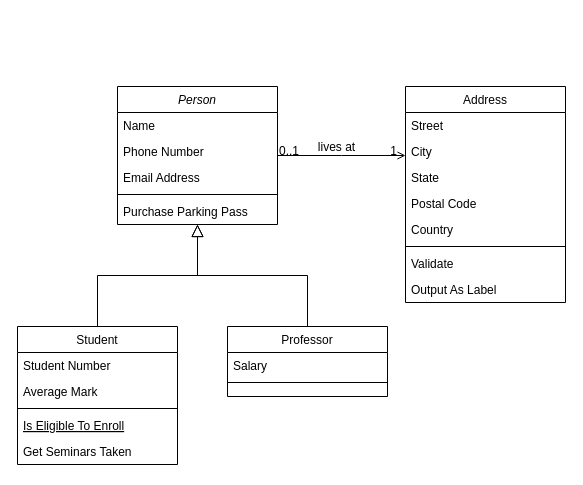
AnThanhUet/space-plane-shooting-game keeps this draw.io diagram as Untitled Diagram.drawio. Above is the earlier version. Source tidied: cells renumbered, new cells numbered last; positions are measured from the earlier drawing's top-left corner, leaving out a move shared by most shapes. Both pictures are drawn from the tidied source at 100%, with x=0, y=0 at pixel (17, 86).
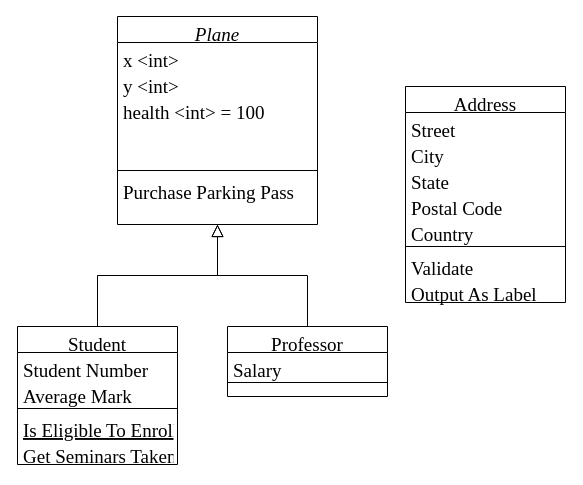
The same diagram, later.

What changed in the source:
```diff
@@
-    <mxCell id="2" value="Person" style="swimlane;fontStyle=2;align=center;verticalAlign=top;horizontal=1;startSize=26;rounded=0;shadow=0;strokeWidth=1;" parent="1" vertex="1">
-      <mxGeometry x="100" width="160" height="138" as="geometry" />
+    <mxCell id="2" value="Plane" style="swimlane;fontStyle=2;align=center;verticalAlign=top;horizontal=1;startSize=26;rounded=0;shadow=0;strokeWidth=1;fontFamily=Times New Roman;fontSize=19;" parent="1" vertex="1">
+      <mxGeometry x="100" y="-70" width="200" height="208" as="geometry" />
     </mxCell>
-    <mxCell id="3" value="Name" style="text;align=left;verticalAlign=top;spacingLeft=4;spacingRight=4;overflow=hidden;" parent="2" vertex="1">
-      <mxGeometry y="26" width="160" height="26" as="geometry" />
+    <mxCell id="3" value="x &lt;int&gt;" style="text;align=left;verticalAlign=top;spacingLeft=4;spacingRight=4;overflow=hidden;fontFamily=Times New Roman;fontSize=19;" parent="2" vertex="1">
+      <mxGeometry y="26" width="200" height="26" as="geometry" />
     </mxCell>
-    <mxCell id="4" value="Phone Number" style="text;align=left;verticalAlign=top;spacingLeft=4;spacingRight=4;overflow=hidden;rounded=0;shadow=0;html=0;" parent="2" vertex="1">
-      <mxGeometry y="52" width="160" height="26" as="geometry" />
+    <mxCell id="4" value="y &lt;int&gt;" style="text;align=left;verticalAlign=top;spacingLeft=4;spacingRight=4;overflow=hidden;rounded=0;shadow=0;html=0;fontFamily=Times New Roman;fontSize=19;" parent="2" vertex="1">
+      <mxGeometry y="52" width="200" height="26" as="geometry" />
     </mxCell>
-    <mxCell id="5" value="Email Address" style="text;align=left;verticalAlign=top;spacingLeft=4;spacingRight=4;overflow=hidden;rounded=0;shadow=0;html=0;" parent="2" vertex="1">
-      <mxGeometry y="78" width="160" height="26" as="geometry" />
+    <mxCell id="5" value="health &lt;int&gt; = 100&#10;" style="text;align=left;verticalAlign=top;spacingLeft=4;spacingRight=4;overflow=hidden;rounded=0;shadow=0;html=0;fontFamily=Times New Roman;fontSize=19;" parent="2" vertex="1">
+      <mxGeometry y="78" width="200" height="72" as="geometry" />
     </mxCell>
-    <mxCell id="6" style="line;html=1;strokeWidth=1;align=left;verticalAlign=middle;spacingTop=-1;spacingLeft=3;spacingRight=3;labelPosition=right;" parent="2" vertex="1">
-      <mxGeometry y="104" width="160" height="8" as="geometry" />
+    <mxCell id="6" style="line;html=1;strokeWidth=1;align=left;verticalAlign=middle;spacingTop=-1;spacingLeft=3;spacingRight=3;labelPosition=right;fontFamily=Times New Roman;fontSize=19;" parent="2" vertex="1">
+      <mxGeometry y="150" width="200" height="8" as="geometry" />
     </mxCell>
-    <mxCell id="7" value="Purchase Parking Pass" style="text;align=left;verticalAlign=top;spacingLeft=4;spacingRight=4;overflow=hidden;" parent="2" vertex="1">
-      <mxGeometry y="112" width="160" height="26" as="geometry" />
+    <mxCell id="7" value="Purchase Parking Pass" style="text;align=left;verticalAlign=top;spacingLeft=4;spacingRight=4;overflow=hidden;fontFamily=Times New Roman;fontSize=19;" parent="2" vertex="1">
+      <mxGeometry y="158" width="200" height="26" as="geometry" />
     </mxCell>
-    <mxCell id="8" value="Student" style="swimlane;fontStyle=0;align=center;verticalAlign=top;horizontal=1;startSize=26;rounded=0;shadow=0;strokeWidth=1;" parent="1" vertex="1">
+    <mxCell id="8" value="Student" style="swimlane;fontStyle=0;align=center;verticalAlign=top;horizontal=1;startSize=26;rounded=0;shadow=0;strokeWidth=1;fontFamily=Times New Roman;fontSize=19;" parent="1" vertex="1">
       <mxGeometry y="240" width="160" height="138" as="geometry" />
     </mxCell>
-    <mxCell id="9" value="Student Number" style="text;align=left;verticalAlign=top;spacingLeft=4;spacingRight=4;overflow=hidden;" parent="8" vertex="1">
+    <mxCell id="9" value="Student Number" style="text;align=left;verticalAlign=top;spacingLeft=4;spacingRight=4;overflow=hidden;fontFamily=Times New Roman;fontSize=19;" parent="8" vertex="1">
       <mxGeometry y="26" width="160" height="26" as="geometry" />
     </mxCell>
-    <mxCell id="10" value="Average Mark" style="text;align=left;verticalAlign=top;spacingLeft=4;spacingRight=4;overflow=hidden;rounded=0;shadow=0;html=0;" parent="8" vertex="1">
+    <mxCell id="10" value="Average Mark" style="text;align=left;verticalAlign=top;spacingLeft=4;spacingRight=4;overflow=hidden;rounded=0;shadow=0;html=0;fontFamily=Times New Roman;fontSize=19;" parent="8" vertex="1">
       <mxGeometry y="52" width="160" height="26" as="geometry" />
     </mxCell>
-    <mxCell id="11" style="line;html=1;strokeWidth=1;align=left;verticalAlign=middle;spacingTop=-1;spacingLeft=3;spacingRight=3;labelPosition=right;" parent="8" vertex="1">
+    <mxCell id="11" style="line;html=1;strokeWidth=1;align=left;verticalAlign=middle;spacingTop=-1;spacingLeft=3;spacingRight=3;labelPosition=right;fontFamily=Times New Roman;fontSize=19;" parent="8" vertex="1">
       <mxGeometry y="78" width="160" height="8" as="geometry" />
     </mxCell>
-    <mxCell id="12" value="Is Eligible To Enroll" style="text;align=left;verticalAlign=top;spacingLeft=4;spacingRight=4;overflow=hidden;fontStyle=4;" parent="8" vertex="1">
+    <mxCell id="12" value="Is Eligible To Enroll" style="text;align=left;verticalAlign=top;spacingLeft=4;spacingRight=4;overflow=hidden;fontStyle=4;fontFamily=Times New Roman;fontSize=19;" parent="8" vertex="1">
       <mxGeometry y="86" width="160" height="26" as="geometry" />
     </mxCell>
-    <mxCell id="13" value="Get Seminars Taken" style="text;align=left;verticalAlign=top;spacingLeft=4;spacingRight=4;overflow=hidden;" parent="8" vertex="1">
+    <mxCell id="13" value="Get Seminars Taken" style="text;align=left;verticalAlign=top;spacingLeft=4;spacingRight=4;overflow=hidden;fontFamily=Times New Roman;fontSize=19;" parent="8" vertex="1">
       <mxGeometry y="112" width="160" height="26" as="geometry" />
     </mxCell>
-    <mxCell id="14" style="endArrow=block;endSize=10;endFill=0;shadow=0;strokeWidth=1;rounded=0;edgeStyle=elbowEdgeStyle;elbow=vertical;" parent="1" edge="1" source="8" target="2">
+    <mxCell id="14" style="endArrow=block;endSize=10;endFill=0;shadow=0;strokeWidth=1;rounded=0;edgeStyle=elbowEdgeStyle;elbow=vertical;fontFamily=Times New Roman;fontSize=19;" parent="1" edge="1" source="8" target="2">
       <mxGeometry relative="1" as="geometry" />
     </mxCell>
-    <mxCell id="15" value="Professor" style="swimlane;fontStyle=0;align=center;verticalAlign=top;horizontal=1;startSize=26;rounded=0;shadow=0;strokeWidth=1;" parent="1" vertex="1">
+    <mxCell id="15" value="Professor" style="swimlane;fontStyle=0;align=center;verticalAlign=top;horizontal=1;startSize=26;rounded=0;shadow=0;strokeWidth=1;fontFamily=Times New Roman;fontSize=19;" parent="1" vertex="1">
       <mxGeometry x="210" y="240" width="160" height="70" as="geometry" />
     </mxCell>
-    <mxCell id="16" value="Salary" style="text;align=left;verticalAlign=top;spacingLeft=4;spacingRight=4;overflow=hidden;" parent="15" vertex="1">
+    <mxCell id="16" value="Salary" style="text;align=left;verticalAlign=top;spacingLeft=4;spacingRight=4;overflow=hidden;fontFamily=Times New Roman;fontSize=19;" parent="15" vertex="1">
       <mxGeometry y="26" width="160" height="26" as="geometry" />
     </mxCell>
-    <mxCell id="17" style="line;html=1;strokeWidth=1;align=left;verticalAlign=middle;spacingTop=-1;spacingLeft=3;spacingRight=3;labelPosition=right;" parent="15" vertex="1">
+    <mxCell id="17" style="line;html=1;strokeWidth=1;align=left;verticalAlign=middle;spacingTop=-1;spacingLeft=3;spacingRight=3;labelPosition=right;fontFamily=Times New Roman;fontSize=19;" parent="15" vertex="1">
       <mxGeometry y="52" width="160" height="8" as="geometry" />
     </mxCell>
-    <mxCell id="18" style="endArrow=block;endSize=10;endFill=0;shadow=0;strokeWidth=1;rounded=0;edgeStyle=elbowEdgeStyle;elbow=vertical;" parent="1" edge="1" source="15" target="2">
+    <mxCell id="18" style="endArrow=block;endSize=10;endFill=0;shadow=0;strokeWidth=1;rounded=0;edgeStyle=elbowEdgeStyle;elbow=vertical;fontFamily=Times New Roman;fontSize=19;" parent="1" edge="1" source="15" target="2">
       <mxGeometry relative="1" as="geometry" />
     </mxCell>
-    <mxCell id="19" value="Address" style="swimlane;fontStyle=0;align=center;verticalAlign=top;horizontal=1;startSize=26;rounded=0;shadow=0;strokeWidth=1;" parent="1" vertex="1">
+    <mxCell id="19" value="Address" style="swimlane;fontStyle=0;align=center;verticalAlign=top;horizontal=1;startSize=26;rounded=0;shadow=0;strokeWidth=1;fontFamily=Times New Roman;fontSize=19;" parent="1" vertex="1">
       <mxGeometry x="388" width="160" height="216" as="geometry" />
     </mxCell>
-    <mxCell id="20" value="Street" style="text;align=left;verticalAlign=top;spacingLeft=4;spacingRight=4;overflow=hidden;" parent="19" vertex="1">
+    <mxCell id="20" value="Street" style="text;align=left;verticalAlign=top;spacingLeft=4;spacingRight=4;overflow=hidden;fontFamily=Times New Roman;fontSize=19;" parent="19" vertex="1">
       <mxGeometry y="26" width="160" height="26" as="geometry" />
     </mxCell>
-    <mxCell id="21" value="City" style="text;align=left;verticalAlign=top;spacingLeft=4;spacingRight=4;overflow=hidden;rounded=0;shadow=0;html=0;" parent="19" vertex="1">
+    <mxCell id="21" value="City" style="text;align=left;verticalAlign=top;spacingLeft=4;spacingRight=4;overflow=hidden;rounded=0;shadow=0;html=0;fontFamily=Times New Roman;fontSize=19;" parent="19" vertex="1">
       <mxGeometry y="52" width="160" height="26" as="geometry" />
     </mxCell>
-    <mxCell id="22" value="State" style="text;align=left;verticalAlign=top;spacingLeft=4;spacingRight=4;overflow=hidden;rounded=0;shadow=0;html=0;" parent="19" vertex="1">
+    <mxCell id="22" value="State" style="text;align=left;verticalAlign=top;spacingLeft=4;spacingRight=4;overflow=hidden;rounded=0;shadow=0;html=0;fontFamily=Times New Roman;fontSize=19;" parent="19" vertex="1">
       <mxGeometry y="78" width="160" height="26" as="geometry" />
     </mxCell>
-    <mxCell id="23" value="Postal Code" style="text;align=left;verticalAlign=top;spacingLeft=4;spacingRight=4;overflow=hidden;rounded=0;shadow=0;html=0;" parent="19" vertex="1">
+    <mxCell id="23" value="Postal Code" style="text;align=left;verticalAlign=top;spacingLeft=4;spacingRight=4;overflow=hidden;rounded=0;shadow=0;html=0;fontFamily=Times New Roman;fontSize=19;" parent="19" vertex="1">
       <mxGeometry y="104" width="160" height="26" as="geometry" />
     </mxCell>
-    <mxCell id="24" value="Country" style="text;align=left;verticalAlign=top;spacingLeft=4;spacingRight=4;overflow=hidden;rounded=0;shadow=0;html=0;" parent="19" vertex="1">
+    <mxCell id="24" value="Country" style="text;align=left;verticalAlign=top;spacingLeft=4;spacingRight=4;overflow=hidden;rounded=0;shadow=0;html=0;fontFamily=Times New Roman;fontSize=19;" parent="19" vertex="1">
       <mxGeometry y="130" width="160" height="26" as="geometry" />
     </mxCell>
-    <mxCell id="25" style="line;html=1;strokeWidth=1;align=left;verticalAlign=middle;spacingTop=-1;spacingLeft=3;spacingRight=3;labelPosition=right;" parent="19" vertex="1">
+    <mxCell id="25" style="line;html=1;strokeWidth=1;align=left;verticalAlign=middle;spacingTop=-1;spacingLeft=3;spacingRight=3;labelPosition=right;fontFamily=Times New Roman;fontSize=19;" parent="19" vertex="1">
       <mxGeometry y="156" width="160" height="8" as="geometry" />
     </mxCell>
-    <mxCell id="26" value="Validate" style="text;align=left;verticalAlign=top;spacingLeft=4;spacingRight=4;overflow=hidden;" parent="19" vertex="1">
+    <mxCell id="26" value="Validate" style="text;align=left;verticalAlign=top;spacingLeft=4;spacingRight=4;overflow=hidden;fontFamily=Times New Roman;fontSize=19;" parent="19" vertex="1">
       <mxGeometry y="164" width="160" height="26" as="geometry" />
     </mxCell>
-    <mxCell id="27" value="Output As Label" style="text;align=left;verticalAlign=top;spacingLeft=4;spacingRight=4;overflow=hidden;" parent="19" vertex="1">
+    <mxCell id="27" value="Output As Label" style="text;align=left;verticalAlign=top;spacingLeft=4;spacingRight=4;overflow=hidden;fontFamily=Times New Roman;fontSize=19;" parent="19" vertex="1">
       <mxGeometry y="190" width="160" height="26" as="geometry" />
     </mxCell>
-    <mxCell id="28" style="endArrow=open;shadow=0;strokeWidth=1;rounded=0;endFill=1;edgeStyle=elbowEdgeStyle;elbow=vertical;" parent="1" edge="1" source="2" target="19">
-      <mxGeometry x="0.5" y="41" relative="1" as="geometry">
-        <mxPoint x="-40" y="32" as="offset" />
-      </mxGeometry>
-    </mxCell>
-    <mxCell id="29" value="0..1" style="align=left;verticalAlign=bottom;labelBackgroundColor=none;fontSize=12;" parent="28" vertex="1">
-      <mxGeometry x="-1" relative="1" as="geometry">
-        <mxPoint y="4" as="offset" />
-      </mxGeometry>
-    </mxCell>
-    <mxCell id="30" value="1" style="align=right;verticalAlign=bottom;labelBackgroundColor=none;fontSize=12;" parent="28" vertex="1">
-      <mxGeometry x="1" relative="1" as="geometry">
-        <mxPoint x="-7" y="4" as="offset" />
-      </mxGeometry>
-    </mxCell>
-    <mxCell id="31" value="lives at" style="text;html=1;align=center;verticalAlign=middle;labelBackgroundColor=none;rounded=0;shadow=0;strokeWidth=1;fontSize=12;" parent="28" vertex="1">
-      <mxGeometry x="0.5" y="49" relative="1" as="geometry">
-        <mxPoint x="-38" y="40" as="offset" />
-      </mxGeometry>
-    </mxCell>
```
